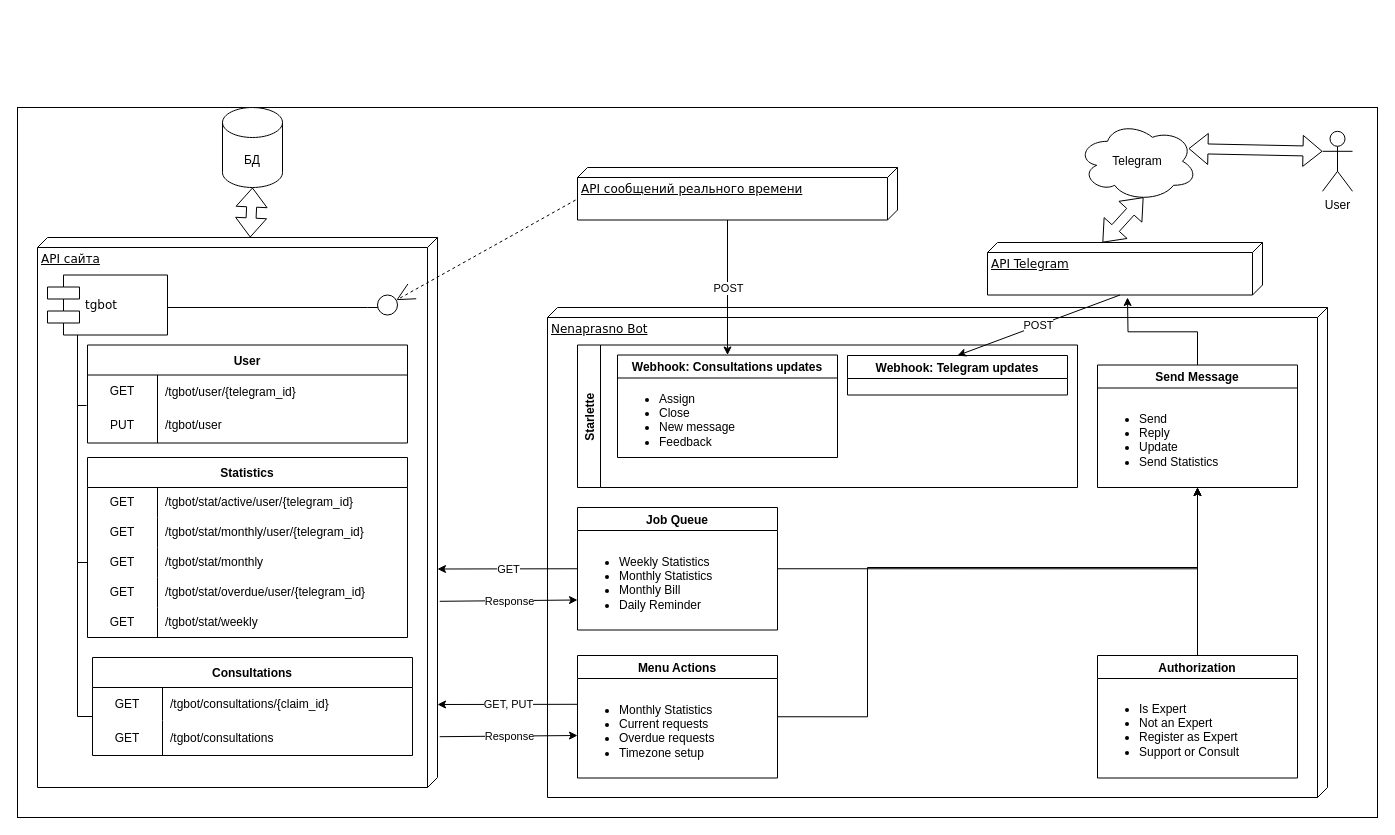
The draw.io diagram src/docs/bot_architecture.drawio in Studio-Yandex-Practicum/ask_nenaprasno_bot, before the edit. Source tidied: cells renumbered, new cells numbered last; positions are measured from the earlier drawing's top-left corner, leaving out a move shared by most shapes. Both pictures are drawn from the tidied source at 100%, with x=0, y=0 at pixel (17, 107).
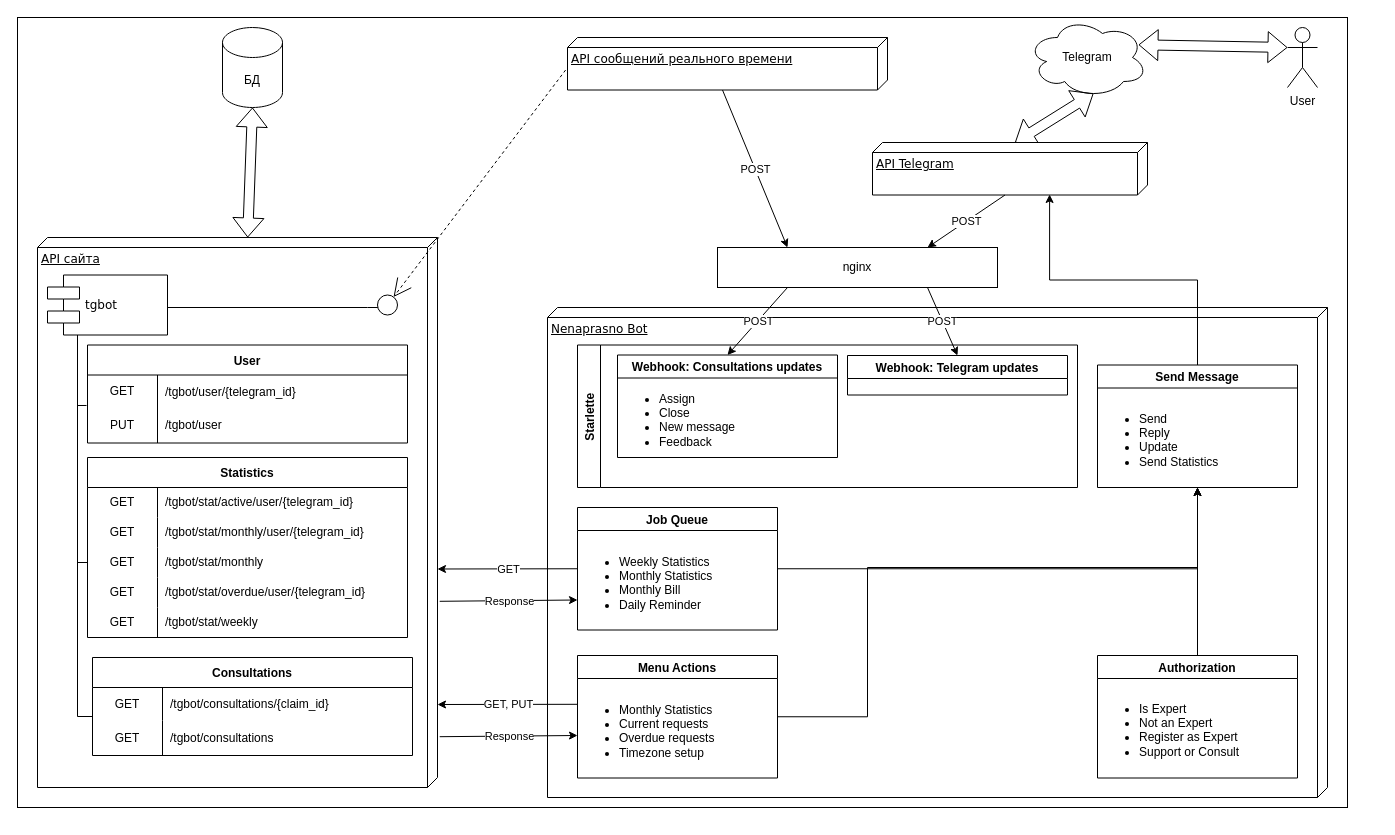
The same page after the edit.

Commit message (it also covers changes not shown here):
Added nginx to the schema

Unchanged cells that the change refers to:
```xml
<mxCell id="56" value="Webhook: Consultations updates" style="swimlane;" parent="1" vertex="1">
  <mxGeometry x="600" y="247.5" width="220" height="102.5" as="geometry" />
</mxCell>
<mxCell id="61" value="Send Message" style="swimlane;" parent="1" vertex="1">
  <mxGeometry x="1080" y="257.5" width="200" height="122.5" as="geometry" />
</mxCell>
<mxCell id="67" value="Webhook: Telegram updates" style="swimlane;" parent="66" vertex="1">
  <mxGeometry x="270" y="10.5" width="220" height="39.5" as="geometry" />
</mxCell>
```

What changed in the source:
```diff
@@
     <mxCell id="3" style="rounded=0;whiteSpace=wrap;html=1;strokeOpacity=100;fillOpacity=0;fillColor=default;" parent="1" vertex="1">
-      <mxGeometry width="1360" height="710" as="geometry" />
+      <mxGeometry y="-90" width="1330" height="790" as="geometry" />
     </mxCell>
@@
     <mxCell id="5" value="API сообщений реального времени" style="verticalAlign=top;align=left;spacingTop=8;spacingLeft=2;spacingRight=12;shape=cube;size=10;direction=south;fontStyle=4;html=1;rounded=0;shadow=0;comic=0;labelBackgroundColor=none;strokeWidth=1;fontFamily=Verdana;fontSize=12;" parent="1" vertex="1">
-      <mxGeometry x="560" y="60" width="320" height="52.5" as="geometry" />
+      <mxGeometry x="550" y="-70" width="320" height="52.5" as="geometry" />
     </mxCell>
@@
     <mxCell id="10" value="БД" style="shape=cylinder3;whiteSpace=wrap;html=1;boundedLbl=1;backgroundOutline=1;size=15;" parent="1" vertex="1">
-      <mxGeometry x="205" width="60" height="80" as="geometry" />
+      <mxGeometry x="205" y="-80" width="60" height="80" as="geometry" />
     </mxCell>
@@
-    <mxCell id="57" style="endArrow=classic;html=1;rounded=0;exitX=0;exitY=0;exitDx=52.5;exitDy=170;exitPerimeter=0;entryX=0.5;entryY=0;entryDx=0;entryDy=0;" parent="1" edge="1" source="5" target="56">
+    <mxCell id="57" style="endArrow=classic;html=1;rounded=0;exitX=0;exitY=0;exitDx=52.5;exitDy=165;exitPerimeter=0;entryX=0.25;entryY=0;entryDx=0;entryDy=0;" parent="1" edge="1" source="5" target="79">
       <mxGeometry relative="1" as="geometry" />
     </mxCell>
@@
-    <mxCell id="60" style="edgeStyle=orthogonalEdgeStyle;rounded=0;jettySize=auto;html=1;exitX=0.5;exitY=0;exitDx=0;exitDy=0;" parent="1" edge="1" source="61">
-      <mxGeometry relative="1" as="geometry">
-        <mxPoint x="1110" y="190" as="targetPoint" />
-      </mxGeometry>
+    <mxCell id="60" style="edgeStyle=orthogonalEdgeStyle;rounded=0;jettySize=auto;html=1;exitX=0.5;exitY=0;exitDx=0;exitDy=0;entryX=0.99;entryY=0.356;entryDx=0;entryDy=0;entryPerimeter=0;" parent="1" edge="1" source="61" target="73">
+      <mxGeometry relative="1" as="geometry" />
     </mxCell>
@@
     <mxCell id="69" value="User" style="shape=umlActor;verticalLabelPosition=bottom;verticalAlign=top;html=1;outlineConnect=0;" parent="1" vertex="1">
-      <mxGeometry x="1305" y="23.8" width="30" height="60" as="geometry" />
+      <mxGeometry x="1270" y="-80" width="30" height="60" as="geometry" />
     </mxCell>
@@
     <mxCell id="71" value="Telegram" style="ellipse;shape=cloud;whiteSpace=wrap;html=1;" parent="1" vertex="1">
-      <mxGeometry x="1060" y="13.8" width="120" height="80" as="geometry" />
+      <mxGeometry x="1010" y="-90" width="120" height="80" as="geometry" />
     </mxCell>
-    <mxCell id="72" style="shape=flexArrow;endArrow=classic;startArrow=classic;html=1;rounded=0;entryX=0;entryY=0;entryDx=0;entryDy=160;entryPerimeter=0;exitX=0.55;exitY=0.95;exitDx=0;exitDy=0;exitPerimeter=0;" parent="1" edge="1" source="71" target="73">
+    <mxCell id="72" style="shape=flexArrow;endArrow=classic;startArrow=classic;html=1;rounded=0;entryX=0;entryY=0;entryDx=0;entryDy=132.5;entryPerimeter=0;exitX=0.55;exitY=0.95;exitDx=0;exitDy=0;exitPerimeter=0;" parent="1" edge="1" source="71" target="73">
       <mxGeometry relative="1" as="geometry" />
     </mxCell>
     <mxCell id="73" value="API Telegram" style="verticalAlign=top;align=left;spacingTop=8;spacingLeft=2;spacingRight=12;shape=cube;size=10;direction=south;fontStyle=4;html=1;rounded=0;shadow=0;comic=0;labelBackgroundColor=none;strokeWidth=1;fontFamily=Verdana;fontSize=12;" parent="1" vertex="1">
-      <mxGeometry x="970" y="135" width="275" height="52.5" as="geometry" />
+      <mxGeometry x="855" y="35" width="275" height="52.5" as="geometry" />
     </mxCell>
-    <mxCell id="74" style="endArrow=classic;html=1;rounded=0;exitX=0;exitY=0;exitDx=52.5;exitDy=142.5;exitPerimeter=0;entryX=0.5;entryY=0;entryDx=0;entryDy=0;" parent="1" edge="1" source="73" target="67">
+    <mxCell id="74" style="endArrow=classic;html=1;rounded=0;exitX=0;exitY=0;exitDx=52.5;exitDy=142.5;exitPerimeter=0;entryX=0.75;entryY=0;entryDx=0;entryDy=0;" parent="1" edge="1" source="73" target="79">
       <mxGeometry relative="1" as="geometry" />
     </mxCell>
@@
+    <mxCell id="79" value="nginx" style="whiteSpace=wrap;html=1;align=center;" parent="1" vertex="1">
+      <mxGeometry x="700" y="140" width="280" height="40" as="geometry" />
+    </mxCell>
+    <mxCell id="80" style="endArrow=classic;html=1;rounded=0;exitX=0.25;exitY=1;exitDx=0;exitDy=0;entryX=0.5;entryY=0;entryDx=0;entryDy=0;" parent="1" edge="1" source="79" target="56">
+      <mxGeometry relative="1" as="geometry" />
+    </mxCell>
+    <mxCell id="81" value="POST" style="edgeLabel;html=1;align=center;verticalAlign=middle;" parent="80" vertex="1">
+      <mxGeometry relative="1" as="geometry" />
+    </mxCell>
+    <mxCell id="82" style="endArrow=classic;html=1;rounded=0;exitX=0.75;exitY=1;exitDx=0;exitDy=0;entryX=0.5;entryY=0;entryDx=0;entryDy=0;" parent="1" edge="1" source="79" target="67">
+      <mxGeometry relative="1" as="geometry" />
+    </mxCell>
+    <mxCell id="83" value="POST" style="edgeLabel;html=1;align=center;verticalAlign=middle;" parent="82" vertex="1">
+      <mxGeometry relative="1" as="geometry" />
+    </mxCell>
```
